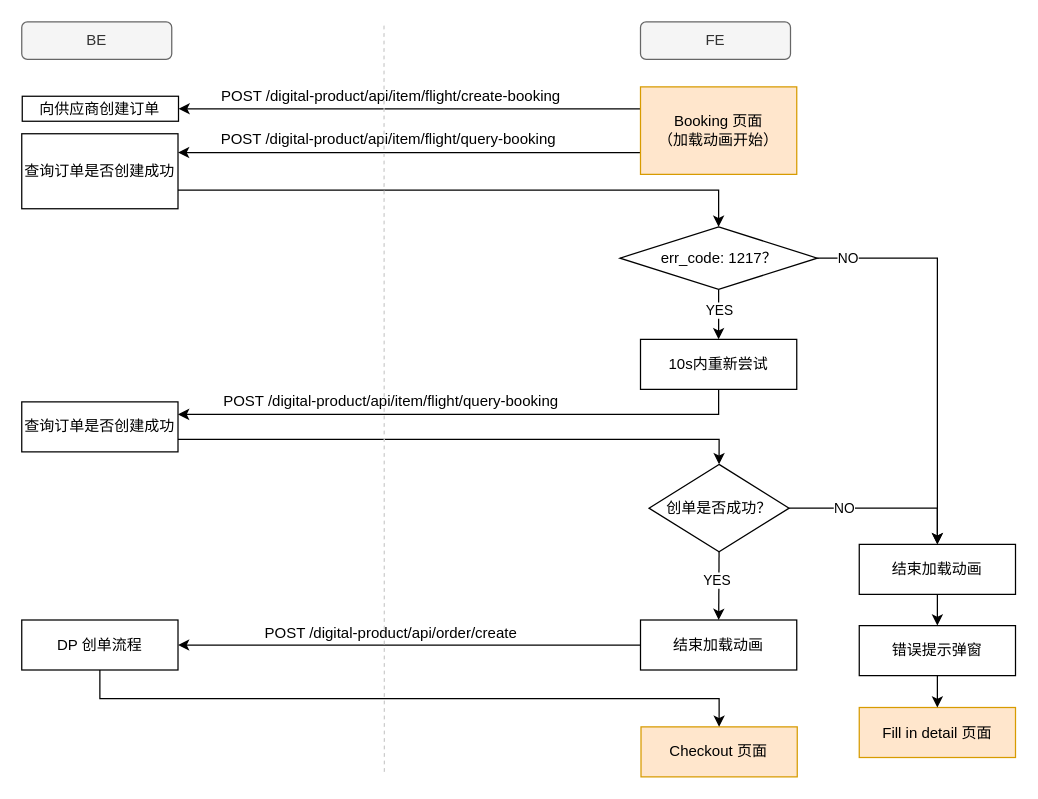
This is page "booking page" (5 of 6) of Flight/flight.drawio from junhong2021/Hotel-, a draw.io file, before an edit. Source tidied: cells renumbered, new cells numbered last; positions are measured from the earlier drawing's top-left corner, leaving out a move shared by most shapes. Both pictures are drawn from the tidied source at 125%, with x=0, y=0 at pixel (21, 21).
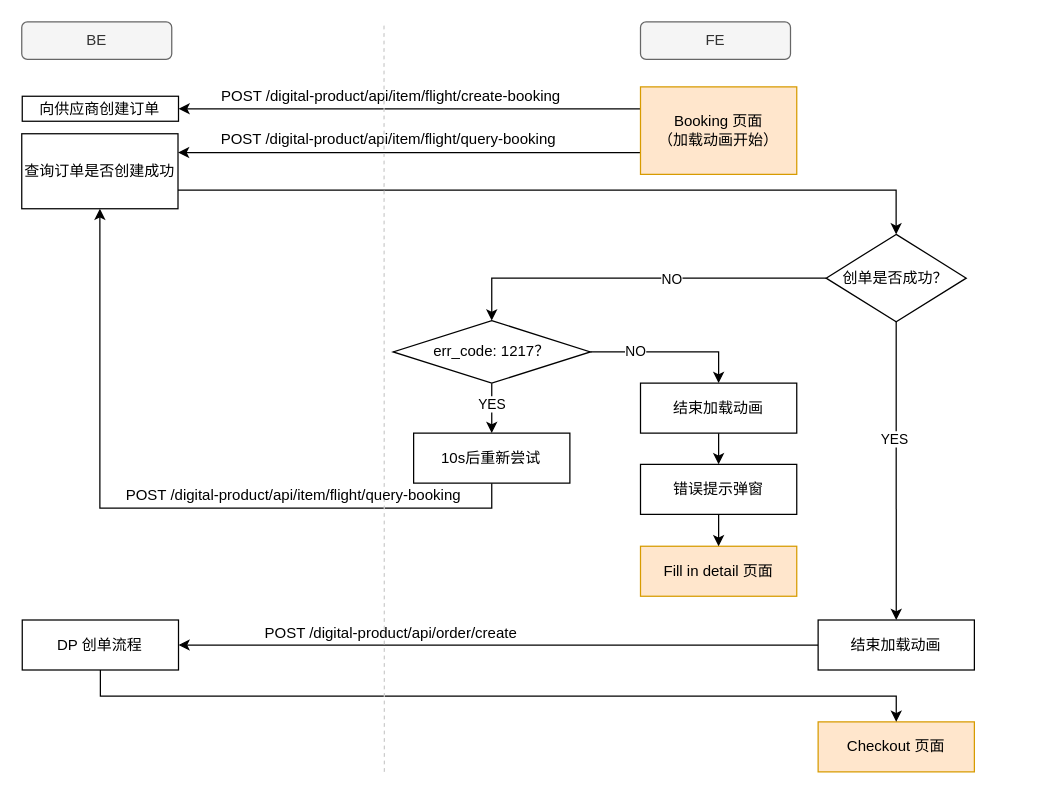
After the change.

Unchanged cells that the change refers to:
```xml
<mxCell id="10" value="查询订单是否创建成功" style="rounded=0;whiteSpace=wrap;html=1;" parent="1" vertex="1">
  <mxGeometry x="-0.1" y="89.5" width="125" height="60" as="geometry" />
</mxCell>
```

The edit, as a diff of the source:
```diff
@@
-    <mxCell id="7" style="edgeStyle=orthogonalEdgeStyle;rounded=0;jettySize=auto;html=1;exitX=0.5;exitY=1;exitDx=0;exitDy=0;entryX=1;entryY=0.25;entryDx=0;entryDy=0;startArrow=none;startFill=0;strokeColor=#000000;" parent="1" edge="1" source="8" target="13">
+    <mxCell id="7" style="edgeStyle=orthogonalEdgeStyle;rounded=0;jettySize=auto;html=1;exitX=0.5;exitY=1;exitDx=0;exitDy=0;entryX=0.5;entryY=1;entryDx=0;entryDy=0;startArrow=none;startFill=0;strokeColor=#000000;" parent="1" edge="1" source="8" target="10">
       <mxGeometry relative="1" as="geometry" />
     </mxCell>
-    <mxCell id="8" value="10s内重新尝试" style="rounded=0;whiteSpace=wrap;html=1;" parent="1" vertex="1">
-      <mxGeometry x="494.9" y="254" width="125" height="40" as="geometry" />
+    <mxCell id="8" value="10s后重新尝试" style="rounded=0;whiteSpace=wrap;html=1;" parent="1" vertex="1">
+      <mxGeometry x="313.4" y="329" width="125" height="40" as="geometry" />
     </mxCell>
-    <mxCell id="9" style="edgeStyle=orthogonalEdgeStyle;rounded=0;jumpStyle=arc;jettySize=auto;html=1;exitX=1;exitY=0.75;exitDx=0;exitDy=0;startArrow=none;startFill=0;strokeColor=#000000;" parent="1" edge="1" source="10" target="36">
-      <mxGeometry relative="1" as="geometry" />
-    </mxCell>
+    <mxCell id="40" style="edgeStyle=orthogonalEdgeStyle;rounded=0;jumpStyle=arc;jettySize=auto;html=1;exitX=1;exitY=0.75;exitDx=0;exitDy=0;startArrow=none;startFill=0;strokeColor=#000000;" parent="1" edge="1" source="10" target="26">
+      <mxGeometry relative="1" as="geometry" />
+    </mxCell>
@@
-    <mxCell id="12" style="edgeStyle=orthogonalEdgeStyle;rounded=0;jettySize=auto;html=1;exitX=1;exitY=0.75;exitDx=0;exitDy=0;entryX=0.5;entryY=0;entryDx=0;entryDy=0;startArrow=none;startFill=0;strokeColor=#000000;" parent="1" edge="1" source="13" target="26">
-      <mxGeometry relative="1" as="geometry" />
-    </mxCell>
-    <mxCell id="13" value="查询订单是否创建成功" style="rounded=0;whiteSpace=wrap;html=1;" parent="1" vertex="1">
-      <mxGeometry x="-0.1" y="304" width="125" height="40" as="geometry" />
-    </mxCell>
@@
     <mxCell id="15" value="Checkout 页面" style="rounded=0;whiteSpace=wrap;html=1;fillColor=#ffe6cc;strokeColor=#d79b00;" parent="1" vertex="1">
-      <mxGeometry x="495.3" y="564" width="125" height="40" as="geometry" />
+      <mxGeometry x="637" y="560" width="125" height="40" as="geometry" />
     </mxCell>
@@
     <mxCell id="17" value="DP 创单流程" style="rounded=0;whiteSpace=wrap;html=1;" parent="1" vertex="1">
-      <mxGeometry x="-0.1" y="478.5" width="125" height="40" as="geometry" />
+      <mxGeometry x="0.3" y="478.5" width="125" height="40" as="geometry" />
     </mxCell>
@@
-    <mxCell id="21" value="POST /digital-product/api/item/flight/query-booking" style="text;html=1;align=center;verticalAlign=middle;strokeColor=none;" parent="1" vertex="1">
-      <mxGeometry x="154.9" y="294" width="280" height="20" as="geometry" />
-    </mxCell>
@@
-    <mxCell id="24" style="edgeStyle=orthogonalEdgeStyle;rounded=0;jumpStyle=arc;jettySize=auto;html=1;exitX=1;exitY=0.5;exitDx=0;exitDy=0;entryX=0.5;entryY=0;entryDx=0;entryDy=0;startArrow=none;startFill=0;strokeColor=#000000;" parent="1" edge="1" source="26" target="28">
-      <mxGeometry relative="1" as="geometry" />
-    </mxCell>
-    <mxCell id="25" value="NO" style="edgeLabel;html=1;align=center;verticalAlign=middle;" parent="24" vertex="1">
-      <mxGeometry x="-0.41" y="1" relative="1" as="geometry" />
-    </mxCell>
-    <mxCell id="26" value="创单是否成功？" style="rhombus;whiteSpace=wrap;html=1;" parent="1" vertex="1">
-      <mxGeometry x="501.7" y="354" width="112.1" height="70" as="geometry" />
-    </mxCell>
@@
     <mxCell id="28" value="结束加载动画" style="rounded=0;whiteSpace=wrap;html=1;" parent="1" vertex="1">
-      <mxGeometry x="669.9" y="418" width="125" height="40" as="geometry" />
+      <mxGeometry x="494.9" y="289" width="125" height="40" as="geometry" />
     </mxCell>
     <mxCell id="29" value="Fill in detail 页面" style="rounded=0;whiteSpace=wrap;html=1;fillColor=#ffe6cc;strokeColor=#d79b00;" parent="1" vertex="1">
-      <mxGeometry x="669.9" y="548.5" width="125" height="40" as="geometry" />
+      <mxGeometry x="494.9" y="419.5" width="125" height="40" as="geometry" />
     </mxCell>
     <mxCell id="30" value="结束加载动画" style="rounded=0;whiteSpace=wrap;html=1;" parent="1" vertex="1">
-      <mxGeometry x="494.9" y="478.5" width="125" height="40" as="geometry" />
+      <mxGeometry x="637" y="478.5" width="125" height="40" as="geometry" />
     </mxCell>
@@
-    <mxCell id="33" style="edgeStyle=orthogonalEdgeStyle;rounded=0;jumpStyle=arc;jettySize=auto;html=1;exitX=1;exitY=0.5;exitDx=0;exitDy=0;startArrow=none;startFill=0;strokeColor=#000000;entryX=0.5;entryY=0;entryDx=0;entryDy=0;" parent="1" edge="1" source="36" target="28">
+    <mxCell id="33" style="edgeStyle=orthogonalEdgeStyle;rounded=0;jumpStyle=arc;jettySize=auto;html=1;exitX=1;exitY=0.5;exitDx=0;exitDy=0;entryX=0.5;entryY=0;entryDx=0;entryDy=0;startArrow=none;startFill=0;strokeColor=#000000;" parent="1" edge="1" source="36" target="28">
       <mxGeometry relative="1" as="geometry" />
     </mxCell>
-    <mxCell id="34" style="edgeLabel;html=1;align=center;verticalAlign=middle;" parent="33" vertex="1">
-      <mxGeometry x="-0.84" relative="1" as="geometry" />
-    </mxCell>
-    <mxCell id="35" value="NO" style="edgeLabel;html=1;align=center;verticalAlign=middle;" parent="33" vertex="1">
-      <mxGeometry x="-0.85" y="1" relative="1" as="geometry" />
-    </mxCell>
+    <mxCell id="41" value="NO" style="edgeLabel;html=1;align=center;verticalAlign=middle;" parent="33" vertex="1">
+      <mxGeometry x="-0.43" y="1" relative="1" as="geometry" />
+    </mxCell>
     <mxCell id="36" value="err_code: 1217？" style="rhombus;whiteSpace=wrap;html=1;" parent="1" vertex="1">
-      <mxGeometry x="478.5" y="164" width="157.8" height="50" as="geometry" />
+      <mxGeometry x="297" y="239" width="157.8" height="50" as="geometry" />
     </mxCell>
@@
     <mxCell id="38" value="错误提示弹窗" style="rounded=0;whiteSpace=wrap;html=1;" parent="1" vertex="1">
-      <mxGeometry x="669.9" y="483" width="125" height="40" as="geometry" />
+      <mxGeometry x="494.9" y="354" width="125" height="40" as="geometry" />
     </mxCell>
@@
+    <mxCell id="42" style="edgeStyle=orthogonalEdgeStyle;rounded=0;jumpStyle=arc;jettySize=auto;html=1;exitX=0;exitY=0.5;exitDx=0;exitDy=0;entryX=0.5;entryY=0;entryDx=0;entryDy=0;startArrow=none;startFill=0;strokeColor=#000000;" parent="1" edge="1" source="26" target="36">
+      <mxGeometry relative="1" as="geometry" />
+    </mxCell>
+    <mxCell id="43" value="NO" style="edgeLabel;html=1;align=center;verticalAlign=middle;" parent="42" vertex="1">
+      <mxGeometry x="-0.18" relative="1" as="geometry" />
+    </mxCell>
+    <mxCell id="26" value="创单是否成功？" style="rhombus;whiteSpace=wrap;html=1;" parent="1" vertex="1">
+      <mxGeometry x="643.4" y="170" width="112.1" height="70" as="geometry" />
+    </mxCell>
+    <mxCell id="21" value="POST /digital-product/api/item/flight/query-booking" style="text;html=1;align=center;verticalAlign=middle;strokeColor=none;" parent="1" vertex="1">
+      <mxGeometry x="77" y="369" width="280" height="20" as="geometry" />
+    </mxCell>
```
